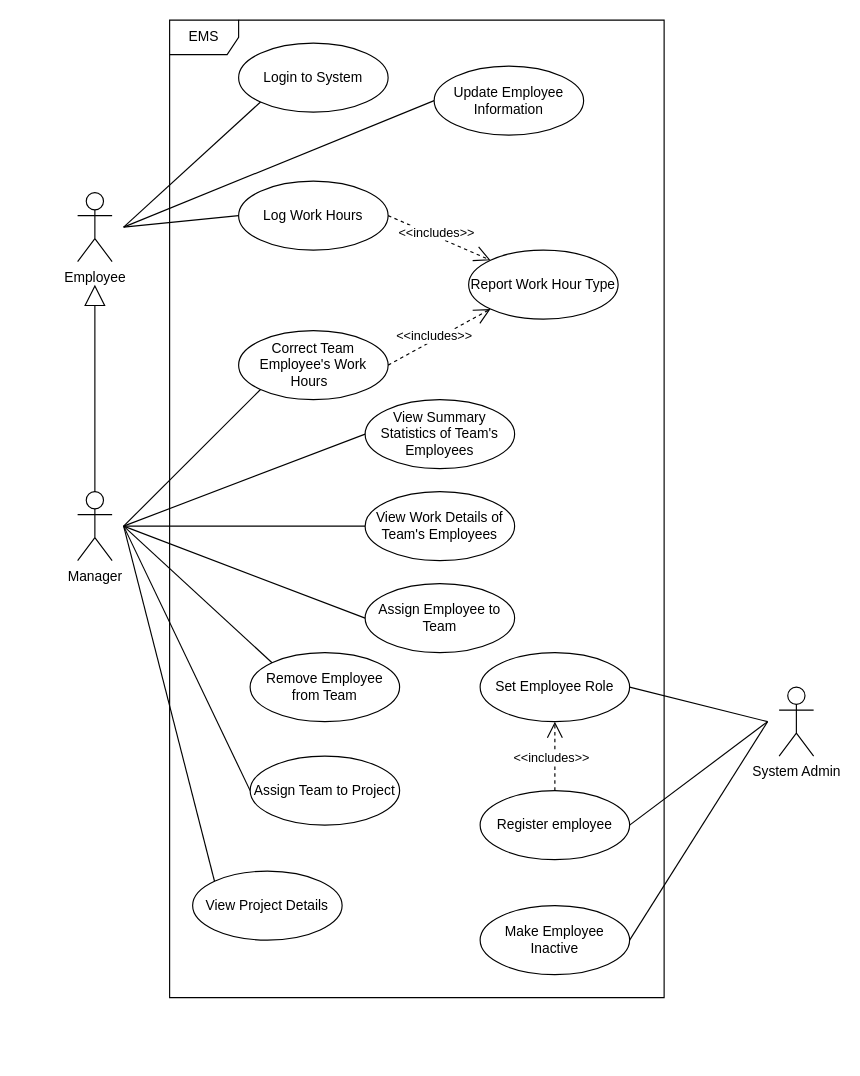
blueappleee/EmployeeManagementSystem keeps this draw.io diagram as System Models/EMS_Use_Case_Diagram.drawio. Above is the earlier version. Source tidied: cells renumbered, new cells numbered last; positions are measured from the earlier drawing's top-left corner, leaving out a move shared by most shapes. Both pictures are drawn from the tidied source at 115%, with x=0, y=0 at pixel (77, 20).
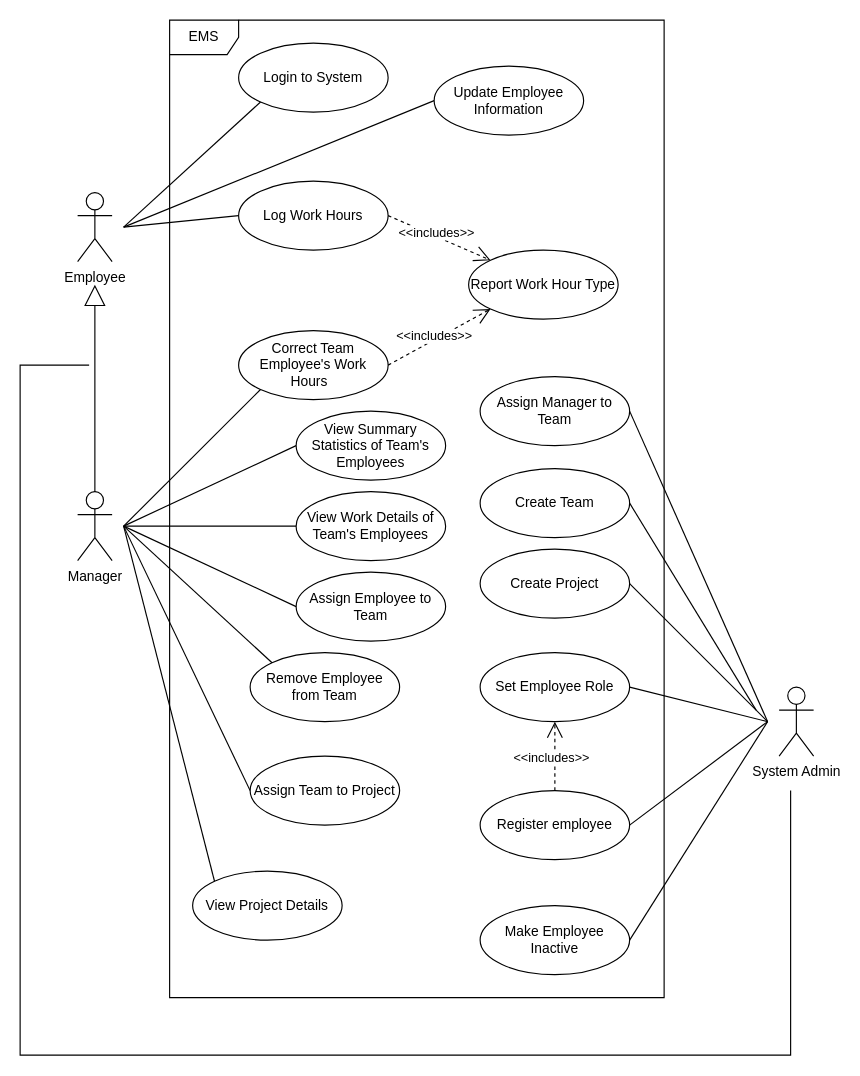
The same page after the edit.

Commit message (it also covers changes not shown here):
Update Use Case Diagram to Create Teams and Projects

Diff of the diagram source:
```diff
@@
     <mxCell id="11" value="Assign Employee to Team" style="ellipse;whiteSpace=wrap;html=1;" parent="1" vertex="1">
-      <mxGeometry x="250" y="490" width="130" height="60" as="geometry" />
+      <mxGeometry x="190" y="480" width="130" height="60" as="geometry" />
     </mxCell>
@@
     <mxCell id="21" value="View Work Details of Team's Employees" style="ellipse;whiteSpace=wrap;html=1;" parent="1" vertex="1">
-      <mxGeometry x="250" y="410" width="130" height="60" as="geometry" />
+      <mxGeometry x="190" y="410" width="130" height="60" as="geometry" />
     </mxCell>
@@
     <mxCell id="23" value="View Summary Statistics of Team's Employees" style="ellipse;whiteSpace=wrap;html=1;" parent="1" vertex="1">
-      <mxGeometry x="250" y="330" width="130" height="60" as="geometry" />
+      <mxGeometry x="190" y="340" width="130" height="60" as="geometry" />
     </mxCell>
@@
+    <mxCell id="37" style="endArrow=none;endSize=16;endFill=0;html=1;rounded=0;" parent="1" edge="1">
+      <mxGeometry relative="1" as="geometry">
+        <mxPoint x="620" y="670" as="sourcePoint" />
+        <mxPoint x="10" y="300" as="targetPoint" />
+        <Array as="points">
+          <mxPoint x="620" y="900" />
+          <mxPoint x="-50" y="900" />
+          <mxPoint x="-50" y="300" />
+        </Array>
+      </mxGeometry>
+    </mxCell>
+    <mxCell id="38" value="Create Project" style="ellipse;whiteSpace=wrap;html=1;" parent="1" vertex="1">
+      <mxGeometry x="350" y="460" width="130" height="60" as="geometry" />
+    </mxCell>
+    <mxCell id="39" value="Create Team" style="ellipse;whiteSpace=wrap;html=1;" parent="1" vertex="1">
+      <mxGeometry x="350" y="390" width="130" height="60" as="geometry" />
+    </mxCell>
+    <mxCell id="40" value="Assign Manager to Team" style="ellipse;whiteSpace=wrap;html=1;" parent="1" vertex="1">
+      <mxGeometry x="350" y="310" width="130" height="60" as="geometry" />
+    </mxCell>
+    <mxCell id="41" style="endArrow=none;html=1;rounded=0;exitX=1;exitY=0.5;exitDx=0;exitDy=0;" parent="1" edge="1" source="38">
+      <mxGeometry relative="1" as="geometry">
+        <mxPoint x="600" y="610" as="targetPoint" />
+      </mxGeometry>
+    </mxCell>
+    <mxCell id="42" style="endArrow=none;html=1;rounded=0;exitX=1;exitY=0.5;exitDx=0;exitDy=0;" parent="1" edge="1" source="39">
+      <mxGeometry relative="1" as="geometry">
+        <mxPoint x="590" y="600" as="targetPoint" />
+      </mxGeometry>
+    </mxCell>
+    <mxCell id="43" style="endArrow=none;html=1;rounded=0;exitX=1;exitY=0.5;exitDx=0;exitDy=0;" parent="1" edge="1" source="40">
+      <mxGeometry relative="1" as="geometry">
+        <mxPoint x="600" y="610" as="targetPoint" />
+      </mxGeometry>
+    </mxCell>
```
